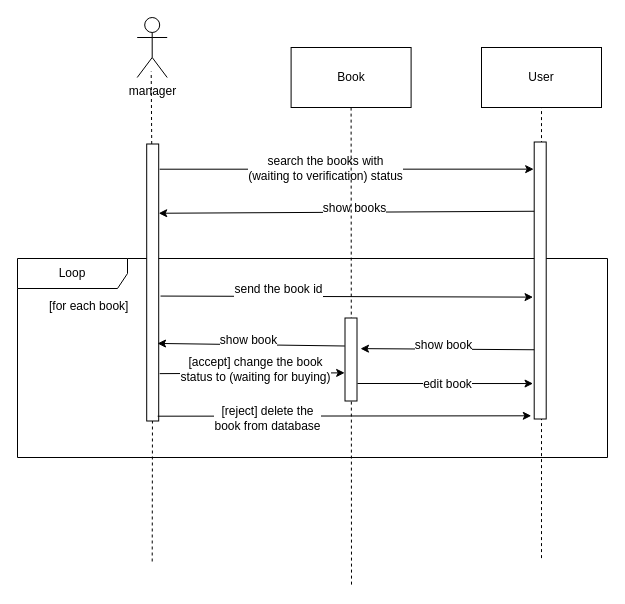
m-bassiri/HamyarApp keeps this draw.io diagram as Sequence Diagram/sequence-diagram-book-verification.drawio. Above is the earlier version. Source tidied: cells renumbered, new cells numbered last; positions are measured from the earlier drawing's top-left corner, leaving out a move shared by most shapes. Both pictures are drawn from the tidied source at 100%, with x=0, y=0 at pixel (14, 17).
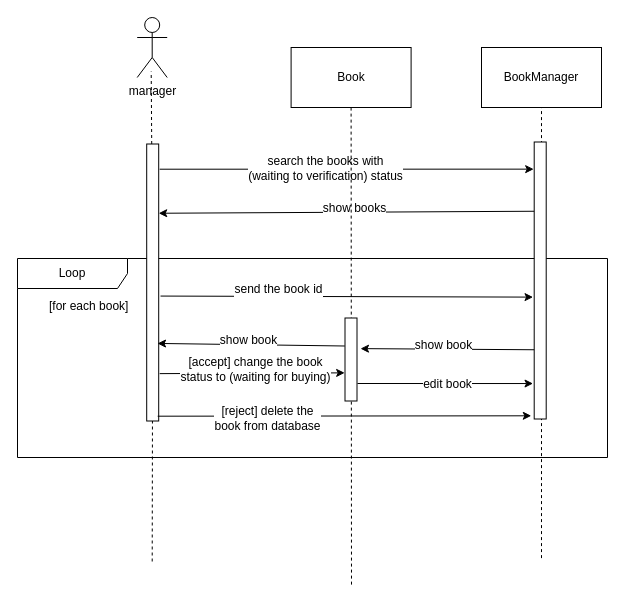
Above is the later version.

What changed in the source:
```diff
@@
-    <mxCell id="7" value="User" style="rounded=0;whiteSpace=wrap;html=1;" parent="1" vertex="1">
+    <mxCell id="7" value="BookManager" style="rounded=0;whiteSpace=wrap;html=1;" parent="1" vertex="1">
       <mxGeometry x="467" y="30" width="120" height="60" as="geometry" />
     </mxCell>
```
